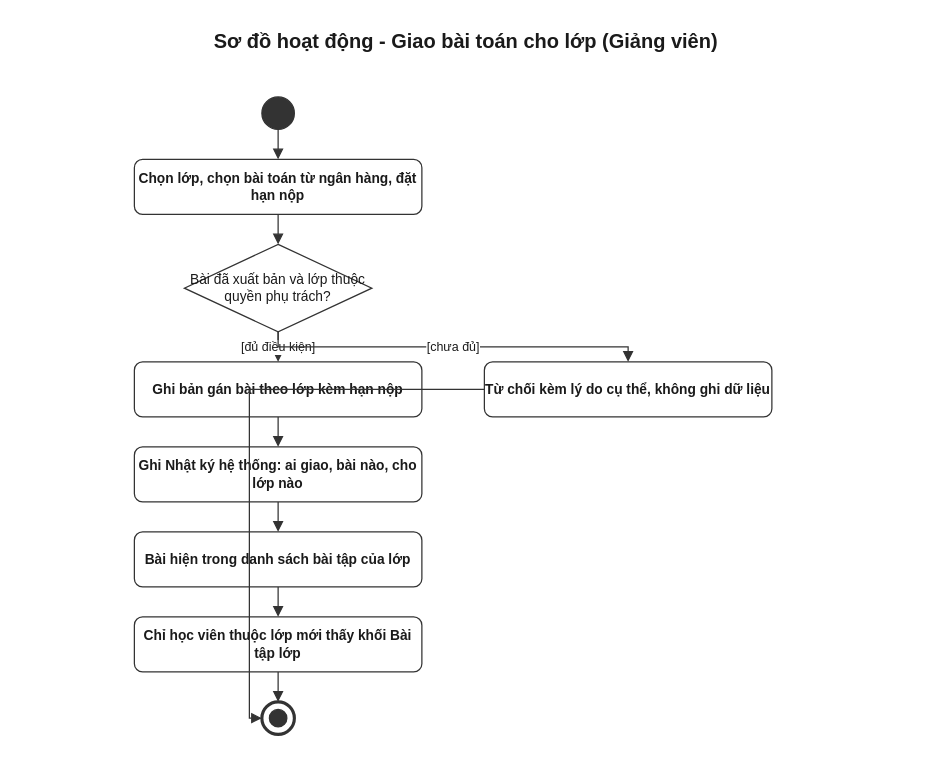
daiphu1801/PRJ_ALGOPREP keeps this draw.io diagram as 08-diagram/activity/gv/activity_gv_giao_bai_cho_lop.drawio. Above is the earlier version. Source tidied: cells renumbered, new cells numbered last; positions are measured from the earlier drawing's top-left corner, leaving out a move shared by most shapes. Both pictures are drawn from the tidied source at 125%, with x=0, y=0 at pixel (21, 21).
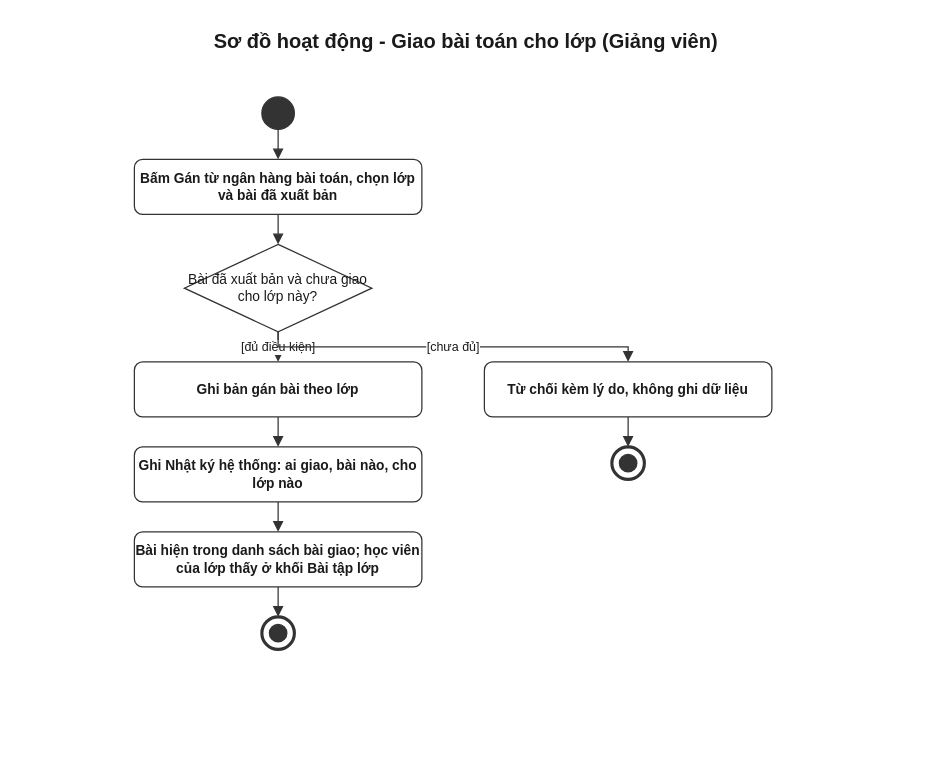
After the change.

Unchanged cells that the change refers to:
```xml
<mxCell id="3" style="ellipse;html=1;fillColor=#333333;strokeColor=#333333;" parent="1" vertex="1">
  <mxGeometry x="192" y="60" width="26" height="26" as="geometry" />
</mxCell>
```

The edit, as a diff of the source:
```diff
@@
-    <mxCell id="4" value="Chọn lớp, chọn bài toán từ ngân hàng, đặt hạn nộp" style="rounded=1;whiteSpace=wrap;html=1;fillColor=#FFFFFF;strokeColor=#333333;fontColor=#1A1A1A;fontSize=11;fontStyle=1;" parent="1" vertex="1">
+    <mxCell id="4" value="Bấm Gán từ ngân hàng bài toán, chọn lớp và bài đã xuất bản" style="rounded=1;whiteSpace=wrap;html=1;fillColor=#FFFFFF;strokeColor=#333333;fontColor=#1A1A1A;fontSize=11;fontStyle=1;" parent="1" vertex="1">
       <mxGeometry x="90" y="110" width="230" height="44" as="geometry" />
     </mxCell>
-    <mxCell id="5" value="Bài đã xuất bản và lớp thuộc quyền phụ trách?" style="rhombus;whiteSpace=wrap;html=1;fillColor=#FFFFFF;strokeColor=#333333;fontColor=#1A1A1A;fontSize=11;" parent="1" vertex="1">
+    <mxCell id="5" value="Bài đã xuất bản và chưa giao cho lớp này?" style="rhombus;whiteSpace=wrap;html=1;fillColor=#FFFFFF;strokeColor=#333333;fontColor=#1A1A1A;fontSize=11;" parent="1" vertex="1">
       <mxGeometry x="130" y="178" width="150" height="70" as="geometry" />
     </mxCell>
-    <mxCell id="6" value="Từ chối kèm lý do cụ thể, không ghi dữ liệu" style="rounded=1;whiteSpace=wrap;html=1;fillColor=#FFFFFF;strokeColor=#333333;fontColor=#1A1A1A;fontSize=11;fontStyle=1;" parent="1" vertex="1">
-      <mxGeometry x="370" y="272" width="230" height="44" as="geometry" />
+    <mxCell id="6" value="Ghi bản gán bài theo lớp" style="rounded=1;whiteSpace=wrap;html=1;fillColor=#FFFFFF;strokeColor=#333333;fontColor=#1A1A1A;fontSize=11;fontStyle=1;" parent="1" vertex="1">
+      <mxGeometry x="90" y="272" width="230" height="44" as="geometry" />
     </mxCell>
-    <mxCell id="7" value="Ghi bản gán bài theo lớp kèm hạn nộp" style="rounded=1;whiteSpace=wrap;html=1;fillColor=#FFFFFF;strokeColor=#333333;fontColor=#1A1A1A;fontSize=11;fontStyle=1;" parent="1" vertex="1">
-      <mxGeometry x="90" y="272" width="230" height="44" as="geometry" />
+    <mxCell id="7" value="Ghi Nhật ký hệ thống: ai giao, bài nào, cho lớp nào" style="rounded=1;whiteSpace=wrap;html=1;fillColor=#FFFFFF;strokeColor=#333333;fontColor=#1A1A1A;fontSize=11;fontStyle=1;" parent="1" vertex="1">
+      <mxGeometry x="90" y="340" width="230" height="44" as="geometry" />
     </mxCell>
-    <mxCell id="8" value="Ghi Nhật ký hệ thống: ai giao, bài nào, cho lớp nào" style="rounded=1;whiteSpace=wrap;html=1;fillColor=#FFFFFF;strokeColor=#333333;fontColor=#1A1A1A;fontSize=11;fontStyle=1;" parent="1" vertex="1">
-      <mxGeometry x="90" y="340" width="230" height="44" as="geometry" />
+    <mxCell id="8" value="Bài hiện trong danh sách bài giao; học viên của lớp thấy ở khối Bài tập lớp" style="rounded=1;whiteSpace=wrap;html=1;fillColor=#FFFFFF;strokeColor=#333333;fontColor=#1A1A1A;fontSize=11;fontStyle=1;" parent="1" vertex="1">
+      <mxGeometry x="90" y="408" width="230" height="44" as="geometry" />
     </mxCell>
-    <mxCell id="9" value="Bài hiện trong danh sách bài tập của lớp" style="rounded=1;whiteSpace=wrap;html=1;fillColor=#FFFFFF;strokeColor=#333333;fontColor=#1A1A1A;fontSize=11;fontStyle=1;" parent="1" vertex="1">
-      <mxGeometry x="90" y="408" width="230" height="44" as="geometry" />
+    <mxCell id="9" style="ellipse;html=1;fillColor=none;strokeColor=#333333;strokeWidth=2.5;" parent="1" vertex="1">
+      <mxGeometry x="192" y="476" width="26" height="26" as="geometry" />
     </mxCell>
-    <mxCell id="10" value="Chỉ học viên thuộc lớp mới thấy khối Bài tập lớp" style="rounded=1;whiteSpace=wrap;html=1;fillColor=#FFFFFF;strokeColor=#333333;fontColor=#1A1A1A;fontSize=11;fontStyle=1;" parent="1" vertex="1">
-      <mxGeometry x="90" y="476" width="230" height="44" as="geometry" />
+    <mxCell id="10" style="ellipse;html=1;fillColor=#333333;strokeColor=#333333;" parent="1" vertex="1">
+      <mxGeometry x="198" y="482" width="14" height="14" as="geometry" />
     </mxCell>
-    <mxCell id="11" style="ellipse;html=1;fillColor=none;strokeColor=#333333;strokeWidth=2.5;" parent="1" vertex="1">
-      <mxGeometry x="192" y="544" width="26" height="26" as="geometry" />
+    <mxCell id="11" value="Từ chối kèm lý do, không ghi dữ liệu" style="rounded=1;whiteSpace=wrap;html=1;fillColor=#FFFFFF;strokeColor=#333333;fontColor=#1A1A1A;fontSize=11;fontStyle=1;" parent="1" vertex="1">
+      <mxGeometry x="370" y="272" width="230" height="44" as="geometry" />
     </mxCell>
-    <mxCell id="12" style="ellipse;html=1;fillColor=#333333;strokeColor=#333333;" parent="1" vertex="1">
-      <mxGeometry x="198" y="550" width="14" height="14" as="geometry" />
+    <mxCell id="12" style="ellipse;html=1;fillColor=none;strokeColor=#333333;strokeWidth=2.5;" parent="1" vertex="1">
+      <mxGeometry x="472" y="340" width="26" height="26" as="geometry" />
     </mxCell>
-    <mxCell id="13" style="edgeStyle=orthogonalEdgeStyle;rounded=0;html=1;endArrow=block;endFill=1;strokeColor=#333333;fontColor=#1A1A1A;fontSize=10;exitX=0.5;exitY=1;exitDx=0;exitDy=0;entryX=0.5;entryY=0;entryDx=0;entryDy=0;" parent="1" edge="1" source="3" target="4">
-      <mxGeometry relative="1" as="geometry" />
-    </mxCell>
+    <mxCell id="22" style="ellipse;html=1;fillColor=#333333;strokeColor=#333333;" parent="1" vertex="1">
+      <mxGeometry x="478" y="346" width="14" height="14" as="geometry" />
+    </mxCell>
-    <mxCell id="14" style="edgeStyle=orthogonalEdgeStyle;rounded=0;html=1;endArrow=block;endFill=1;strokeColor=#333333;fontColor=#1A1A1A;fontSize=10;exitX=0.5;exitY=1;exitDx=0;exitDy=0;entryX=0.5;entryY=0;entryDx=0;entryDy=0;" parent="1" edge="1" source="4" target="5">
+    <mxCell id="14" style="edgeStyle=orthogonalEdgeStyle;rounded=0;html=1;endArrow=block;endFill=1;strokeColor=#333333;fontColor=#1A1A1A;fontSize=10;exitX=0.5;exitY=1;exitDx=0;exitDy=0;entryX=0.5;entryY=0;entryDx=0;entryDy=0;" parent="1" edge="1" source="3" target="4">
       <mxGeometry relative="1" as="geometry" />
     </mxCell>
-    <mxCell id="15" value="[đủ điều kiện]" style="edgeStyle=orthogonalEdgeStyle;rounded=0;html=1;endArrow=block;endFill=1;strokeColor=#333333;fontColor=#1A1A1A;fontSize=10;exitX=0.5;exitY=1;exitDx=0;exitDy=0;entryX=0.5;entryY=0;entryDx=0;entryDy=0;" parent="1" edge="1" source="5" target="7">
+    <mxCell id="15" style="edgeStyle=orthogonalEdgeStyle;rounded=0;html=1;endArrow=block;endFill=1;strokeColor=#333333;fontColor=#1A1A1A;fontSize=10;exitX=0.5;exitY=1;exitDx=0;exitDy=0;entryX=0.5;entryY=0;entryDx=0;entryDy=0;" parent="1" edge="1" source="4" target="5">
       <mxGeometry relative="1" as="geometry" />
     </mxCell>
-    <mxCell id="16" value="[chưa đủ]" style="edgeStyle=orthogonalEdgeStyle;rounded=0;html=1;endArrow=block;endFill=1;strokeColor=#333333;fontColor=#1A1A1A;fontSize=10;exitX=0.5;exitY=1;exitDx=0;exitDy=0;entryX=0.5;entryY=0;entryDx=0;entryDy=0;" parent="1" edge="1" source="5" target="6">
+    <mxCell id="16" value="[đủ điều kiện]" style="edgeStyle=orthogonalEdgeStyle;rounded=0;html=1;endArrow=block;endFill=1;strokeColor=#333333;fontColor=#1A1A1A;fontSize=10;exitX=0.5;exitY=1;exitDx=0;exitDy=0;entryX=0.5;entryY=0;entryDx=0;entryDy=0;" parent="1" edge="1" source="5" target="6">
       <mxGeometry relative="1" as="geometry" />
     </mxCell>
-    <mxCell id="17" style="edgeStyle=orthogonalEdgeStyle;rounded=0;html=1;endArrow=block;endFill=1;strokeColor=#333333;fontColor=#1A1A1A;fontSize=10;exitX=0;exitY=0.5;exitDx=0;exitDy=0;entryX=0;entryY=0.5;entryDx=0;entryDy=0;" parent="1" edge="1" source="6" target="11">
+    <mxCell id="17" value="[chưa đủ]" style="edgeStyle=orthogonalEdgeStyle;rounded=0;html=1;endArrow=block;endFill=1;strokeColor=#333333;fontColor=#1A1A1A;fontSize=10;exitX=0.5;exitY=1;exitDx=0;exitDy=0;entryX=0.5;entryY=0;entryDx=0;entryDy=0;" parent="1" edge="1" source="5" target="11">
       <mxGeometry relative="1" as="geometry" />
     </mxCell>
-    <mxCell id="18" style="edgeStyle=orthogonalEdgeStyle;rounded=0;html=1;endArrow=block;endFill=1;strokeColor=#333333;fontColor=#1A1A1A;fontSize=10;exitX=0.5;exitY=1;exitDx=0;exitDy=0;entryX=0.5;entryY=0;entryDx=0;entryDy=0;" parent="1" edge="1" source="7" target="8">
+    <mxCell id="18" style="edgeStyle=orthogonalEdgeStyle;rounded=0;html=1;endArrow=block;endFill=1;strokeColor=#333333;fontColor=#1A1A1A;fontSize=10;exitX=0.5;exitY=1;exitDx=0;exitDy=0;entryX=0.5;entryY=0;entryDx=0;entryDy=0;" parent="1" edge="1" source="6" target="7">
       <mxGeometry relative="1" as="geometry" />
     </mxCell>
-    <mxCell id="19" style="edgeStyle=orthogonalEdgeStyle;rounded=0;html=1;endArrow=block;endFill=1;strokeColor=#333333;fontColor=#1A1A1A;fontSize=10;exitX=0.5;exitY=1;exitDx=0;exitDy=0;entryX=0.5;entryY=0;entryDx=0;entryDy=0;" parent="1" edge="1" source="8" target="9">
+    <mxCell id="19" style="edgeStyle=orthogonalEdgeStyle;rounded=0;html=1;endArrow=block;endFill=1;strokeColor=#333333;fontColor=#1A1A1A;fontSize=10;exitX=0.5;exitY=1;exitDx=0;exitDy=0;entryX=0.5;entryY=0;entryDx=0;entryDy=0;" parent="1" edge="1" source="7" target="8">
       <mxGeometry relative="1" as="geometry" />
     </mxCell>
-    <mxCell id="20" style="edgeStyle=orthogonalEdgeStyle;rounded=0;html=1;endArrow=block;endFill=1;strokeColor=#333333;fontColor=#1A1A1A;fontSize=10;exitX=0.5;exitY=1;exitDx=0;exitDy=0;entryX=0.5;entryY=0;entryDx=0;entryDy=0;" parent="1" edge="1" source="9" target="10">
+    <mxCell id="20" style="edgeStyle=orthogonalEdgeStyle;rounded=0;html=1;endArrow=block;endFill=1;strokeColor=#333333;fontColor=#1A1A1A;fontSize=10;exitX=0.5;exitY=1;exitDx=0;exitDy=0;entryX=0.5;entryY=0;entryDx=0;entryDy=0;" parent="1" edge="1" source="8" target="9">
       <mxGeometry relative="1" as="geometry" />
     </mxCell>
-    <mxCell id="21" style="edgeStyle=orthogonalEdgeStyle;rounded=0;html=1;endArrow=block;endFill=1;strokeColor=#333333;fontColor=#1A1A1A;fontSize=10;exitX=0.5;exitY=1;exitDx=0;exitDy=0;entryX=0.5;entryY=0;entryDx=0;entryDy=0;" parent="1" edge="1" source="10" target="11">
+    <mxCell id="21" style="edgeStyle=orthogonalEdgeStyle;rounded=0;html=1;endArrow=block;endFill=1;strokeColor=#333333;fontColor=#1A1A1A;fontSize=10;exitX=0.5;exitY=1;exitDx=0;exitDy=0;entryX=0.5;entryY=0;entryDx=0;entryDy=0;" parent="1" edge="1" source="11" target="12">
       <mxGeometry relative="1" as="geometry" />
     </mxCell>
```
